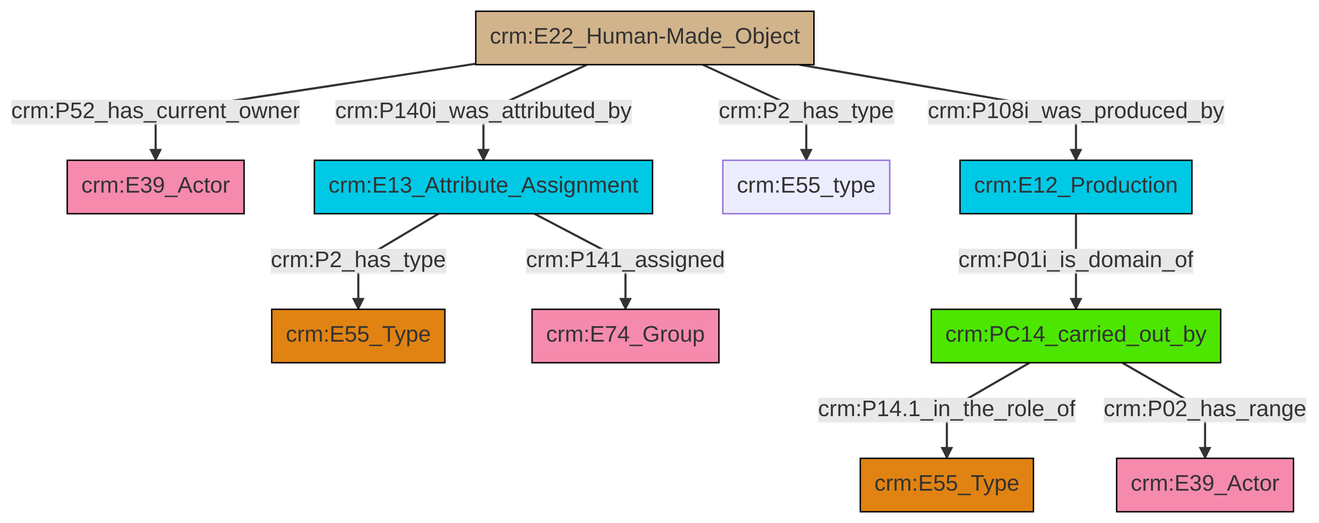
Earlier version of the Mermaid export et/builtWorkCSV/ttl/mmd/png/Built_Work_actor_relations.png (swiss-art-research-net/docs.swissartresearch). Its source is kept beside it as et/builtWorkCSV/ttl/mmd/Built_Work_actor_relations.ttl.mmd.
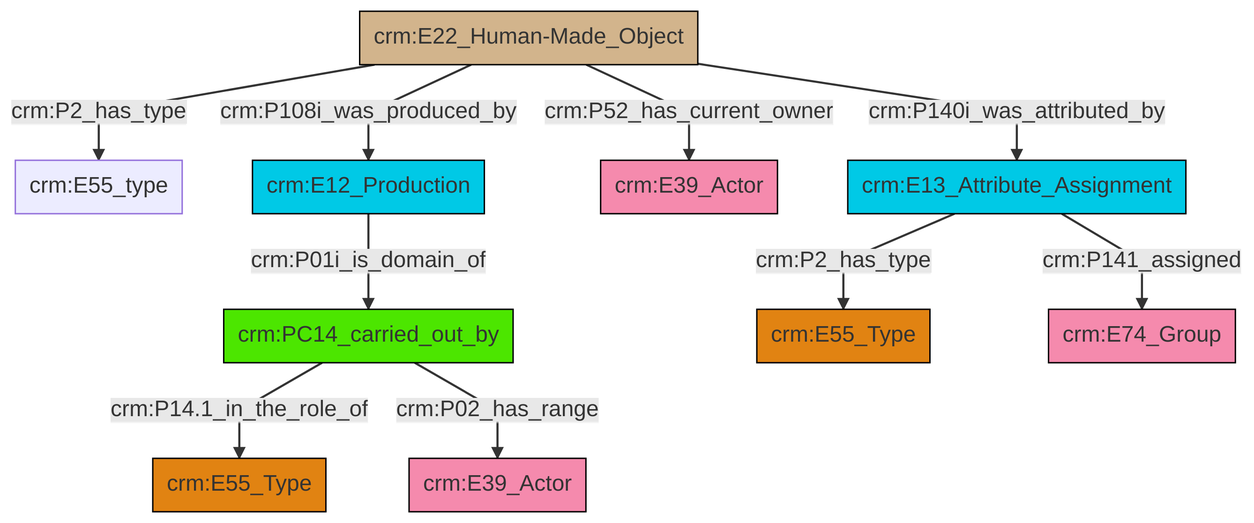
The same file after the commit.

Change to the diagram source:
```diff
@@ -13,12 +13,12 @@
 classDef PC_Classes fill:#4ce600, stroke:#000000;
 classDef Multi fill:#cccccc,stroke:#000000;
 
-2["crm:E22_Human-Made_Object"]:::Physical_Thing -->|crm:P52_has_current_owner| 4["crm:E39_Actor"]:::Actor
-2["crm:E22_Human-Made_Object"]:::Physical_Thing -->|crm:P140i_was_attributed_by| 5["crm:E13_Attribute_Assignment"]:::Temporal_Entity
-12["crm:E12_Production"]:::Temporal_Entity -->|crm:P01i_is_domain_of| 13["crm:PC14_carried_out_by"]:::PC_Classes
-13["crm:PC14_carried_out_by"]:::PC_Classes -->|crm:P14.1_in_the_role_of| 0["crm:E55_Type"]:::Type
-2["crm:E22_Human-Made_Object"]:::Physical_Thing -->|crm:P2_has_type| 10["crm:E55_type"]:::Default
-5["crm:E13_Attribute_Assignment"]:::Temporal_Entity -->|crm:P2_has_type| 14["crm:E55_Type"]:::Type
-13["crm:PC14_carried_out_by"]:::PC_Classes -->|crm:P02_has_range| 17["crm:E39_Actor"]:::Actor
-2["crm:E22_Human-Made_Object"]:::Physical_Thing -->|crm:P108i_was_produced_by| 12["crm:E12_Production"]:::Temporal_Entity
-5["crm:E13_Attribute_Assignment"]:::Temporal_Entity -->|crm:P141_assigned| 8["crm:E74_Group"]:::Actor
+0["crm:E13_Attribute_Assignment"]:::Temporal_Entity -->|crm:P2_has_type| 1["crm:E55_Type"]:::Type
+5["crm:E22_Human-Made_Object"]:::Physical_Thing -->|crm:P2_has_type| 6["crm:E55_type"]:::Default
+5["crm:E22_Human-Made_Object"]:::Physical_Thing -->|crm:P108i_was_produced_by| 11["crm:E12_Production"]:::Temporal_Entity
+5["crm:E22_Human-Made_Object"]:::Physical_Thing -->|crm:P52_has_current_owner| 8["crm:E39_Actor"]:::Actor
+15["crm:PC14_carried_out_by"]:::PC_Classes -->|crm:P14.1_in_the_role_of| 12["crm:E55_Type"]:::Type
+15["crm:PC14_carried_out_by"]:::PC_Classes -->|crm:P02_has_range| 3["crm:E39_Actor"]:::Actor
+11["crm:E12_Production"]:::Temporal_Entity -->|crm:P01i_is_domain_of| 15["crm:PC14_carried_out_by"]:::PC_Classes
+0["crm:E13_Attribute_Assignment"]:::Temporal_Entity -->|crm:P141_assigned| 17["crm:E74_Group"]:::Actor
+5["crm:E22_Human-Made_Object"]:::Physical_Thing -->|crm:P140i_was_attributed_by| 0["crm:E13_Attribute_Assignment"]:::Temporal_Entity
```
